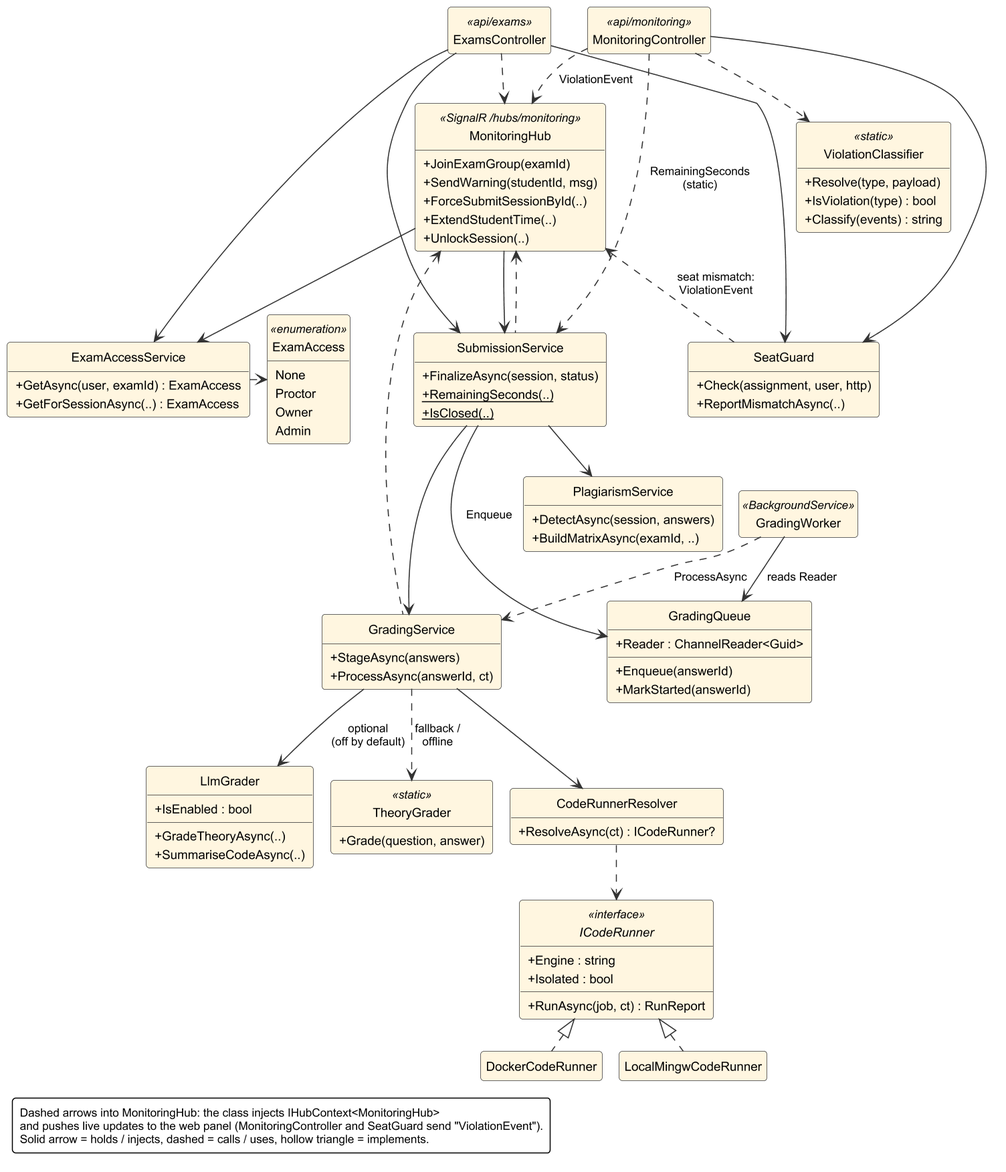
The PlantUML diagram important docs/fyp_doc_3chatp/Figures/class_diagram_server.png in Haiderali27-hub/AI-Lab-Monitoring-, before a commit. Its source is kept beside it as important docs/fyp_doc_3chatp/Figures/src/class_diagram_server.puml. Source of this version:
```plantuml
@startuml
!include style.iuml
hide empty members
hide circle
skinparam classAttributeIconSize 0
skinparam nodesep 16
skinparam ranksep 30
skinparam class {
  FontSize 13
  AttributeFontSize 12
}
skinparam ArrowFontSize 11
skinparam stereotypeFontSize 10

class ExamsController <<api/exams>> #FFF6E0
class MonitoringController <<api/monitoring>> #FFF6E0
class MonitoringHub <<SignalR /hubs/monitoring>> #FFF6E0 {
  +JoinExamGroup(examId)
  +SendWarning(studentId, msg)
  +ForceSubmitSessionById(..)
  +ExtendStudentTime(..)
  +UnlockSession(..)
}
class ExamAccessService #FFF6E0 {
  +GetAsync(user, examId) : ExamAccess
  +GetForSessionAsync(..) : ExamAccess
}
enum ExamAccess <<enumeration>> #FFF6E0 {
  None
  Proctor
  Owner
  Admin
}
class SeatGuard #FFF6E0 {
  +Check(assignment, user, http)
  +ReportMismatchAsync(..)
}
class ViolationClassifier <<static>> #FFF6E0 {
  +Resolve(type, payload)
  +IsViolation(type) : bool
  +Classify(events) : string
}
class SubmissionService #FFF6E0 {
  +FinalizeAsync(session, status)
  +{static} RemainingSeconds(..)
  +{static} IsClosed(..)
}
class PlagiarismService #FFF6E0 {
  +DetectAsync(session, answers)
  +BuildMatrixAsync(examId, ..)
}
class GradingQueue #FFF6E0 {
  +Reader : ChannelReader<Guid>
  +Enqueue(answerId)
  +MarkStarted(answerId)
}
class GradingWorker <<BackgroundService>> #FFF6E0
class GradingService #FFF6E0 {
  +StageAsync(answers)
  +ProcessAsync(answerId, ct)
}
class LlmGrader #FFF6E0 {
  +IsEnabled : bool
  +GradeTheoryAsync(..)
  +SummariseCodeAsync(..)
}
class TheoryGrader <<static>> #FFF6E0 {
  +Grade(question, answer)
}
class CodeRunnerResolver #FFF6E0 {
  +ResolveAsync(ct) : ICodeRunner?
}
interface ICodeRunner <<interface>> #FFF6E0 {
  +Engine : string
  +Isolated : bool
  +RunAsync(job, ct) : RunReport
}
class DockerCodeRunner #FFF6E0
class LocalMingwCodeRunner #FFF6E0

ExamsController --> ExamAccessService
ExamsController --> SeatGuard
ExamsController --> SubmissionService
ExamsController ..> MonitoringHub
MonitoringController --> SeatGuard
MonitoringController ..> ViolationClassifier
MonitoringController ..> SubmissionService : RemainingSeconds\n(static)
MonitoringController ..> MonitoringHub : "ViolationEvent"
MonitoringHub --> ExamAccessService
MonitoringHub --> SubmissionService
ExamAccessService .right.> ExamAccess
MonitoringHub <.. SubmissionService
MonitoringHub <.. SeatGuard : seat mismatch:\nViolationEvent
SubmissionService --> GradingService
SubmissionService --> GradingQueue : Enqueue
SubmissionService --> PlagiarismService
GradingWorker --> GradingQueue : reads Reader
GradingWorker ..> GradingService : ProcessAsync
MonitoringHub <.. GradingService
GradingService --> CodeRunnerResolver
GradingService --> LlmGrader : optional\n(off by default)
GradingService ..> TheoryGrader : fallback /\noffline
CodeRunnerResolver ..> ICodeRunner
DockerCodeRunner .up.|> ICodeRunner
LocalMingwCodeRunner .up.|> ICodeRunner
ExamsController -[hidden]right- MonitoringController
SeatGuard -[hidden]down- GradingWorker
skinparam legendFontSize 11
legend bottom left
  Dashed arrows into MonitoringHub: the class injects IHubContext<MonitoringHub>
  and pushes live updates to the web panel (MonitoringController and SeatGuard send "ViolationEvent").
  Solid arrow = holds / injects, dashed = calls / uses, hollow triangle = implements.
endlegend
@enduml
```
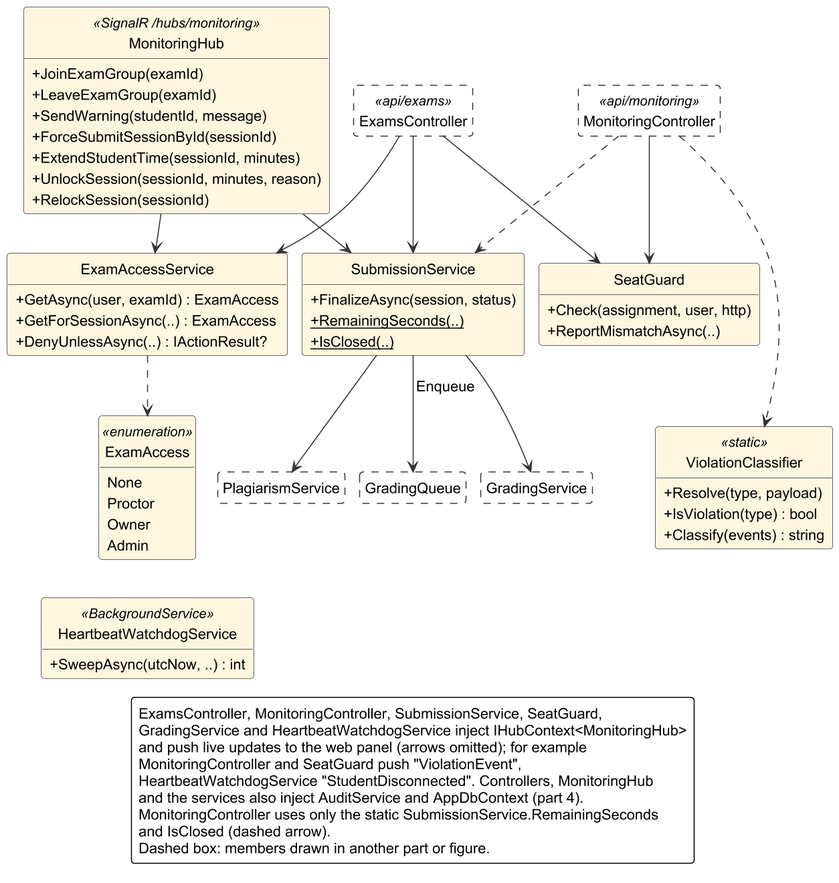
After the commit.

What changed in the source:
```diff
@@ -3,27 +3,31 @@
 hide empty members
 hide circle
 skinparam classAttributeIconSize 0
-skinparam nodesep 16
-skinparam ranksep 30
+skinparam nodesep 14
+skinparam ranksep 36
 skinparam class {
-  FontSize 13
-  AttributeFontSize 12
+  FontSize 14
+  AttributeFontSize 14
+  StereotypeFontSize 13
 }
-skinparam ArrowFontSize 11
-skinparam stereotypeFontSize 10
+skinparam ArrowFontSize 14
+skinparam stereotypeFontSize 13
 
-class ExamsController <<api/exams>> #FFF6E0
-class MonitoringController <<api/monitoring>> #FFF6E0
+class ExamsController <<api/exams>> #FFFFFF ##[dashed]
+class MonitoringController <<api/monitoring>> #FFFFFF ##[dashed]
 class MonitoringHub <<SignalR /hubs/monitoring>> #FFF6E0 {
   +JoinExamGroup(examId)
-  +SendWarning(studentId, msg)
-  +ForceSubmitSessionById(..)
-  +ExtendStudentTime(..)
-  +UnlockSession(..)
+  +LeaveExamGroup(examId)
+  +SendWarning(studentId, message)
+  +ForceSubmitSessionById(sessionId)
+  +ExtendStudentTime(sessionId, minutes)
+  +UnlockSession(sessionId, minutes, reason)
+  +RelockSession(sessionId)
 }
 class ExamAccessService #FFF6E0 {
   +GetAsync(user, examId) : ExamAccess
   +GetForSessionAsync(..) : ExamAccess
+  +DenyUnlessAsync(..) : IActionResult?
 }
 enum ExamAccess <<enumeration>> #FFF6E0 {
   None
@@ -45,70 +49,38 @@
   +{static} RemainingSeconds(..)
   +{static} IsClosed(..)
 }
-class PlagiarismService #FFF6E0 {
-  +DetectAsync(session, answers)
-  +BuildMatrixAsync(examId, ..)
+class HeartbeatWatchdogService <<BackgroundService>> #FFF6E0 {
+  +SweepAsync(utcNow, ..) : int
 }
-class GradingQueue #FFF6E0 {
-  +Reader : ChannelReader<Guid>
-  +Enqueue(answerId)
-  +MarkStarted(answerId)
-}
-class GradingWorker <<BackgroundService>> #FFF6E0
-class GradingService #FFF6E0 {
-  +StageAsync(answers)
-  +ProcessAsync(answerId, ct)
-}
-class LlmGrader #FFF6E0 {
-  +IsEnabled : bool
-  +GradeTheoryAsync(..)
-  +SummariseCodeAsync(..)
-}
-class TheoryGrader <<static>> #FFF6E0 {
-  +Grade(question, answer)
-}
-class CodeRunnerResolver #FFF6E0 {
-  +ResolveAsync(ct) : ICodeRunner?
-}
-interface ICodeRunner <<interface>> #FFF6E0 {
-  +Engine : string
-  +Isolated : bool
-  +RunAsync(job, ct) : RunReport
-}
-class DockerCodeRunner #FFF6E0
-class LocalMingwCodeRunner #FFF6E0
+class PlagiarismService #FFFFFF ##[dashed]
+class GradingQueue #FFFFFF ##[dashed]
+class GradingService #FFFFFF ##[dashed]
 
-ExamsController --> ExamAccessService
 ExamsController --> SeatGuard
-ExamsController --> SubmissionService
-ExamsController ..> MonitoringHub
 MonitoringController --> SeatGuard
 MonitoringController ..> ViolationClassifier
-MonitoringController ..> SubmissionService : RemainingSeconds\n(static)
-MonitoringController ..> MonitoringHub : "ViolationEvent"
+ExamsController --> ExamAccessService
+ExamsController --> SubmissionService
 MonitoringHub --> ExamAccessService
 MonitoringHub --> SubmissionService
-ExamAccessService .right.> ExamAccess
-MonitoringHub <.. SubmissionService
-MonitoringHub <.. SeatGuard : seat mismatch:\nViolationEvent
+MonitoringController ..> SubmissionService
+ExamAccessService ..> ExamAccess
+SubmissionService --> PlagiarismService
+SubmissionService --> GradingQueue : Enqueue
 SubmissionService --> GradingService
-SubmissionService --> GradingQueue : Enqueue
-SubmissionService --> PlagiarismService
-GradingWorker --> GradingQueue : reads Reader
-GradingWorker ..> GradingService : ProcessAsync
-MonitoringHub <.. GradingService
-GradingService --> CodeRunnerResolver
-GradingService --> LlmGrader : optional\n(off by default)
-GradingService ..> TheoryGrader : fallback /\noffline
-CodeRunnerResolver ..> ICodeRunner
-DockerCodeRunner .up.|> ICodeRunner
-LocalMingwCodeRunner .up.|> ICodeRunner
-ExamsController -[hidden]right- MonitoringController
-SeatGuard -[hidden]down- GradingWorker
-skinparam legendFontSize 11
-legend bottom left
-  Dashed arrows into MonitoringHub: the class injects IHubContext<MonitoringHub>
-  and pushes live updates to the web panel (MonitoringController and SeatGuard send "ViolationEvent").
-  Solid arrow = holds / injects, dashed = calls / uses, hollow triangle = implements.
+SeatGuard -[hidden]down- ViolationClassifier
+ExamAccess -[hidden]down- HeartbeatWatchdogService
+
+skinparam legendFontSize 14
+legend bottom
+  ExamsController, MonitoringController, SubmissionService, SeatGuard,
+  GradingService and HeartbeatWatchdogService inject IHubContext<MonitoringHub>
+  and push live updates to the web panel (arrows omitted); for example
+  MonitoringController and SeatGuard push "ViolationEvent",
+  HeartbeatWatchdogService "StudentDisconnected". Controllers, MonitoringHub
+  and the services also inject AuditService and AppDbContext (part 4).
+  MonitoringController uses only the static SubmissionService.RemainingSeconds
+  and IsClosed (dashed arrow).
+  Dashed box: members drawn in another part or figure.
 endlegend
 @enduml
```
